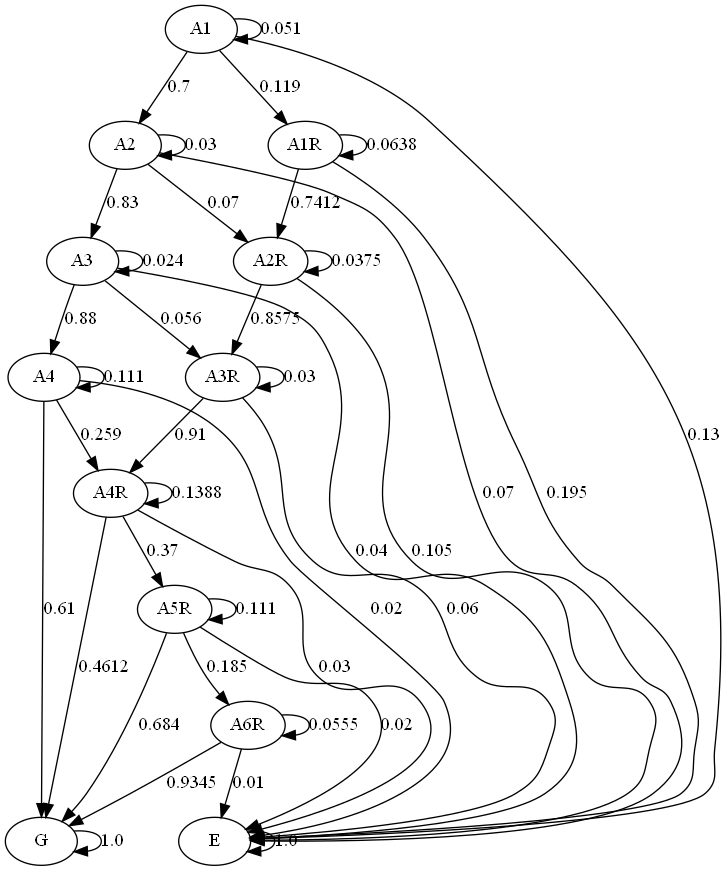
JulianaFerreira/educacao keeps this Graphviz diagram as graph/markov.png. Above is the earlier version. Its source is kept beside it as graph/markov.dot.
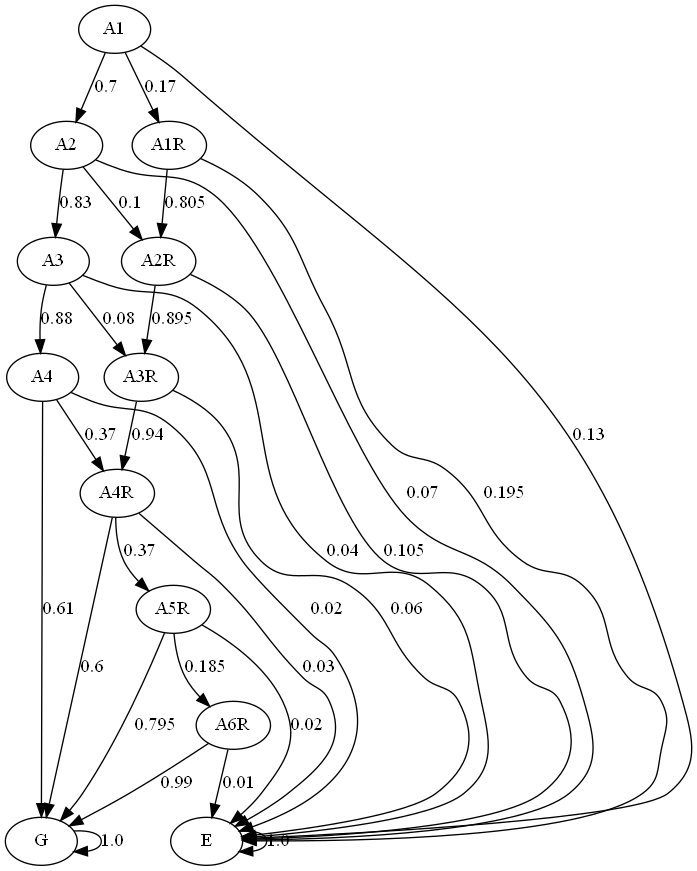
After the change.

Change to the diagram source:
```diff
@@ -11,41 +11,31 @@
 A6R;
 G;
 E;
-A1 -> A1  [key=0, label="0.051", weight="0.051"];
 A1 -> A2  [key=0, label="0.7", weight="0.7"];
-A1 -> A1R  [key=0, label="0.119", weight="0.119"];
+A1 -> A1R  [key=0, label="0.17", weight="0.17"];
 A1 -> E  [key=0, label="0.13", weight="0.13"];
-A2 -> A2  [key=0, label="0.03", weight="0.03"];
 A2 -> A3  [key=0, label="0.83", weight="0.83"];
-A2 -> A2R  [key=0, label="0.07", weight="0.07"];
+A2 -> A2R  [key=0, label="0.1", weight="0.1"];
 A2 -> E  [key=0, label="0.07", weight="0.07"];
-A3 -> A3  [key=0, label="0.024", weight="0.024"];
 A3 -> A4  [key=0, label="0.88", weight="0.88"];
-A3 -> A3R  [key=0, label="0.056", weight="0.056"];
+A3 -> A3R  [key=0, label="0.08", weight="0.08"];
 A3 -> E  [key=0, label="0.04", weight="0.04"];
-A4 -> A4  [key=0, label="0.111", weight="0.111"];
-A4 -> A4R  [key=0, label="0.259", weight="0.259"];
+A4 -> A4R  [key=0, label="0.37", weight="0.37"];
 A4 -> G  [key=0, label="0.61", weight="0.61"];
 A4 -> E  [key=0, label="0.02", weight="0.02"];
-A1R -> A1R  [key=0, label="0.0638", weight="0.0638"];
-A1R -> A2R  [key=0, label="0.7412", weight="0.7412"];
+A1R -> A2R  [key=0, label="0.805", weight="0.805"];
 A1R -> E  [key=0, label="0.195", weight="0.195"];
-A2R -> A2R  [key=0, label="0.0375", weight="0.0375"];
-A2R -> A3R  [key=0, label="0.8575", weight="0.8575"];
+A2R -> A3R  [key=0, label="0.895", weight="0.895"];
 A2R -> E  [key=0, label="0.105", weight="0.105"];
-A3R -> A3R  [key=0, label="0.03", weight="0.03"];
-A3R -> A4R  [key=0, label="0.91", weight="0.91"];
+A3R -> A4R  [key=0, label="0.94", weight="0.94"];
 A3R -> E  [key=0, label="0.06", weight="0.06"];
-A4R -> A4R  [key=0, label="0.1388", weight="0.1388"];
 A4R -> A5R  [key=0, label="0.37", weight="0.37"];
-A4R -> G  [key=0, label="0.4612", weight="0.4612"];
+A4R -> G  [key=0, label="0.6", weight="0.6"];
 A4R -> E  [key=0, label="0.03", weight="0.03"];
-A5R -> A5R  [key=0, label="0.111", weight="0.111"];
 A5R -> A6R  [key=0, label="0.185", weight="0.185"];
-A5R -> G  [key=0, label="0.684", weight="0.684"];
+A5R -> G  [key=0, label="0.795", weight="0.795"];
 A5R -> E  [key=0, label="0.02", weight="0.02"];
-A6R -> A6R  [key=0, label="0.0555", weight="0.0555"];
-A6R -> G  [key=0, label="0.9345", weight="0.9345"];
+A6R -> G  [key=0, label="0.99", weight="0.99"];
 A6R -> E  [key=0, label="0.01", weight="0.01"];
 G -> G  [key=0, label="1.0", weight="1.0"];
 E -> E  [key=0, label="1.0", weight="1.0"];
```
